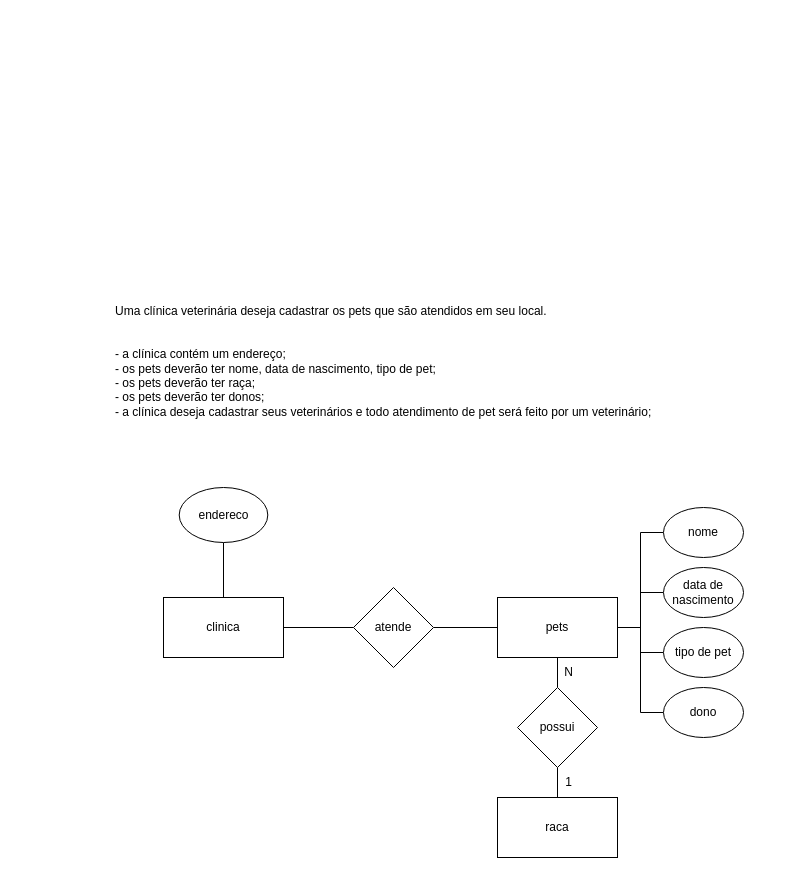
Before: exercicio_1_3/clinica.drawio in Marqzzs/senai_sprint1_bd, a draw.io diagram. Source tidied: cells renumbered, new cells numbered last; positions are measured from the earlier drawing's top-left corner, leaving out a move shared by most shapes. Both pictures are drawn from the tidied source at 100%, with x=0, y=0 at pixel (113, 297).
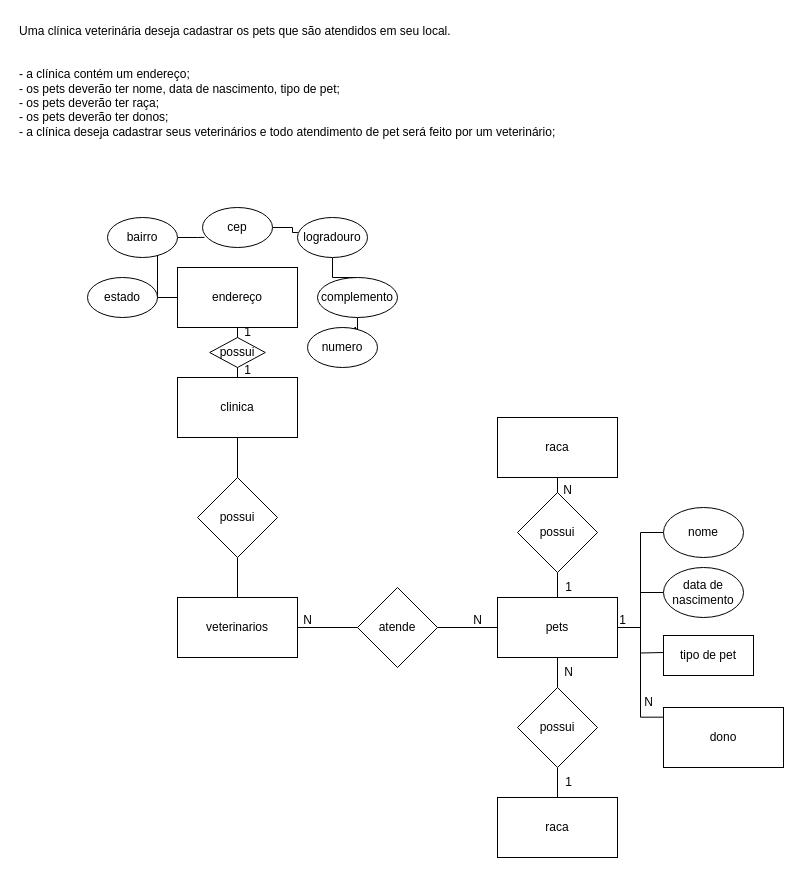
The same page after the edit.

Unchanged cells that the change refers to:
```xml
<mxCell id="11" value="pets" style="rounded=0;whiteSpace=wrap;html=1;" parent="1" vertex="1">
  <mxGeometry x="384" y="300" width="120" height="60" as="geometry" />
</mxCell>
```

Change to the diagram source:
```diff
@@
-    <mxCell id="2" style="edgeStyle=orthogonalEdgeStyle;rounded=0;jettySize=auto;html=1;entryX=1;entryY=0.5;entryDx=0;entryDy=0;endArrow=none;endFill=0;" parent="1" edge="1" source="4" target="12">
-      <mxGeometry relative="1" as="geometry" />
+    <mxCell id="2" style="edgeStyle=orthogonalEdgeStyle;rounded=0;jettySize=auto;html=1;entryX=1;entryY=0.5;entryDx=0;entryDy=0;endArrow=none;endFill=0;" parent="1" edge="1" source="4">
+      <mxGeometry relative="1" as="geometry">
+        <mxPoint x="124" y="26" as="targetPoint" />
+      </mxGeometry>
     </mxCell>
-    <mxCell id="3" style="edgeStyle=orthogonalEdgeStyle;rounded=0;jettySize=auto;html=1;endArrow=none;endFill=0;" parent="1" edge="1" source="4" target="6">
-      <mxGeometry relative="1" as="geometry" />
-    </mxCell>
+    <mxCell id="24" style="edgeStyle=orthogonalEdgeStyle;rounded=0;jettySize=auto;html=1;entryX=0.5;entryY=0;entryDx=0;entryDy=0;endArrow=none;endFill=0;" parent="1" edge="1" source="4" target="39">
+      <mxGeometry relative="1" as="geometry" />
+    </mxCell>
     <mxCell id="4" value="clinica" style="rounded=0;whiteSpace=wrap;html=1;" parent="1" vertex="1">
-      <mxGeometry x="50" y="300" width="120" height="60" as="geometry" />
+      <mxGeometry x="64" y="80" width="120" height="60" as="geometry" />
     </mxCell>
-    <mxCell id="5" style="edgeStyle=orthogonalEdgeStyle;rounded=0;jettySize=auto;html=1;entryX=0;entryY=0.5;entryDx=0;entryDy=0;endArrow=none;endFill=0;" parent="1" edge="1" source="6" target="11">
+    <mxCell id="5" style="edgeStyle=orthogonalEdgeStyle;rounded=0;jettySize=auto;html=1;endArrow=none;endFill=0;" parent="1" edge="1" source="6" target="11">
       <mxGeometry relative="1" as="geometry" />
     </mxCell>
     <mxCell id="6" value="atende" style="rhombus;whiteSpace=wrap;html=1;" parent="1" vertex="1">
-      <mxGeometry x="240" y="290" width="80" height="80" as="geometry" />
+      <mxGeometry x="244" y="290" width="80" height="80" as="geometry" />
     </mxCell>
@@
-    <mxCell id="9" style="edgeStyle=orthogonalEdgeStyle;rounded=0;jettySize=auto;html=1;entryX=0;entryY=0.5;entryDx=0;entryDy=0;endArrow=none;endFill=0;" parent="1" edge="1" source="11" target="15">
-      <mxGeometry relative="1" as="geometry" />
+    <mxCell id="9" style="edgeStyle=orthogonalEdgeStyle;rounded=0;jettySize=auto;html=1;entryX=0;entryY=0.5;entryDx=0;entryDy=0;endArrow=none;endFill=0;" parent="1" edge="1" source="11">
+      <mxGeometry relative="1" as="geometry">
+        <mxPoint x="550" y="355" as="targetPoint" />
+      </mxGeometry>
     </mxCell>
-    <mxCell id="10" style="edgeStyle=orthogonalEdgeStyle;rounded=0;jettySize=auto;html=1;entryX=0;entryY=0.5;entryDx=0;entryDy=0;endArrow=none;endFill=0;" parent="1" edge="1" source="11" target="14">
+    <mxCell id="10" style="edgeStyle=orthogonalEdgeStyle;rounded=0;jettySize=auto;html=1;entryX=0.005;entryY=0.161;entryDx=0;entryDy=0;endArrow=none;endFill=0;entryPerimeter=0;" parent="1" edge="1" source="11" target="14">
       <mxGeometry relative="1" as="geometry" />
     </mxCell>
@@
-    <mxCell id="12" value="endereco" style="ellipse;whiteSpace=wrap;html=1;direction=south;" parent="1" vertex="1">
-      <mxGeometry x="65.7" y="190" width="88.6" height="55" as="geometry" />
-    </mxCell>
@@
-    <mxCell id="14" value="dono" style="ellipse;whiteSpace=wrap;html=1;" parent="1" vertex="1">
-      <mxGeometry x="550" y="390" width="80" height="50" as="geometry" />
-    </mxCell>
-    <mxCell id="15" value="tipo de pet" style="ellipse;whiteSpace=wrap;html=1;" parent="1" vertex="1">
-      <mxGeometry x="550" y="330" width="80" height="50" as="geometry" />
-    </mxCell>
@@
     <mxCell id="23" value="Uma clínica veterinária deseja cadastrar os pets que são atendidos em seu local.&#10;&#10;&#10;- a clínica contém um endereço;&#10;- os pets deverão ter nome, data de nascimento, tipo de pet;&#10;- os pets deverão ter raça;&#10;- os pets deverão ter donos;&#10;- a clínica deseja cadastrar seus veterinários e todo atendimento de pet será feito por um veterinário;" style="text;whiteSpace=wrap;" parent="1" vertex="1">
-      <mxGeometry width="560" height="150" as="geometry" />
+      <mxGeometry x="-96" y="-280" width="560" height="150" as="geometry" />
     </mxCell>
+    <mxCell id="25" style="edgeStyle=orthogonalEdgeStyle;rounded=0;jettySize=auto;html=1;entryX=1;entryY=0.5;entryDx=0;entryDy=0;endArrow=none;endFill=0;" parent="1" edge="1" source="27" target="35">
+      <mxGeometry relative="1" as="geometry" />
+    </mxCell>
+    <mxCell id="26" style="edgeStyle=orthogonalEdgeStyle;rounded=0;jettySize=auto;html=1;endArrow=none;endFill=0;" parent="1" edge="1" source="27">
+      <mxGeometry relative="1" as="geometry">
+        <mxPoint x="44" y="-40" as="targetPoint" />
+      </mxGeometry>
+    </mxCell>
+    <mxCell id="27" value="endereço" style="rounded=0;whiteSpace=wrap;html=1;" parent="1" vertex="1">
+      <mxGeometry x="64" y="-30" width="120" height="60" as="geometry" />
+    </mxCell>
+    <mxCell id="28" style="edgeStyle=orthogonalEdgeStyle;rounded=0;jettySize=auto;html=1;entryX=0.006;entryY=0.376;entryDx=0;entryDy=0;entryPerimeter=0;endArrow=none;endFill=0;" parent="1" edge="1" source="29" target="31">
+      <mxGeometry relative="1" as="geometry" />
+    </mxCell>
+    <mxCell id="29" value="cep" style="ellipse;whiteSpace=wrap;html=1;" parent="1" vertex="1">
+      <mxGeometry x="89" y="-90" width="70" height="40" as="geometry" />
+    </mxCell>
+    <mxCell id="30" style="edgeStyle=orthogonalEdgeStyle;rounded=0;jettySize=auto;html=1;endArrow=none;endFill=0;" parent="1" edge="1" source="31" target="33">
+      <mxGeometry relative="1" as="geometry" />
+    </mxCell>
+    <mxCell id="31" value="logradouro" style="ellipse;whiteSpace=wrap;html=1;" parent="1" vertex="1">
+      <mxGeometry x="184" y="-80" width="70" height="40" as="geometry" />
+    </mxCell>
+    <mxCell id="32" style="edgeStyle=orthogonalEdgeStyle;rounded=0;jettySize=auto;html=1;entryX=0.682;entryY=-0.039;entryDx=0;entryDy=0;entryPerimeter=0;" parent="1" edge="1" source="33" target="34">
+      <mxGeometry relative="1" as="geometry" />
+    </mxCell>
+    <mxCell id="33" value="complemento" style="ellipse;whiteSpace=wrap;html=1;" parent="1" vertex="1">
+      <mxGeometry x="204" y="-20" width="80" height="40" as="geometry" />
+    </mxCell>
+    <mxCell id="34" value="numero" style="ellipse;whiteSpace=wrap;html=1;" parent="1" vertex="1">
+      <mxGeometry x="194" y="30" width="70" height="40" as="geometry" />
+    </mxCell>
+    <mxCell id="35" value="estado" style="ellipse;whiteSpace=wrap;html=1;" parent="1" vertex="1">
+      <mxGeometry x="-26" y="-20" width="70" height="40" as="geometry" />
+    </mxCell>
+    <mxCell id="36" style="edgeStyle=orthogonalEdgeStyle;rounded=0;jettySize=auto;html=1;entryX=0.029;entryY=0.747;entryDx=0;entryDy=0;entryPerimeter=0;endArrow=none;endFill=0;" parent="1" edge="1" source="37" target="29">
+      <mxGeometry relative="1" as="geometry" />
+    </mxCell>
+    <mxCell id="37" value="bairro" style="ellipse;whiteSpace=wrap;html=1;" parent="1" vertex="1">
+      <mxGeometry x="-6" y="-80" width="70" height="40" as="geometry" />
+    </mxCell>
+    <mxCell id="38" style="edgeStyle=orthogonalEdgeStyle;rounded=0;jettySize=auto;html=1;entryX=0.5;entryY=0;entryDx=0;entryDy=0;endArrow=none;endFill=0;" parent="1" edge="1" source="39" target="41">
+      <mxGeometry relative="1" as="geometry" />
+    </mxCell>
+    <mxCell id="39" value="possui" style="rhombus;whiteSpace=wrap;html=1;" parent="1" vertex="1">
+      <mxGeometry x="84" y="180" width="80" height="80" as="geometry" />
+    </mxCell>
+    <mxCell id="40" style="edgeStyle=orthogonalEdgeStyle;rounded=0;jettySize=auto;html=1;entryX=0;entryY=0.5;entryDx=0;entryDy=0;endArrow=none;endFill=0;" parent="1" edge="1" source="41" target="6">
+      <mxGeometry relative="1" as="geometry" />
+    </mxCell>
+    <mxCell id="41" value="veterinarios" style="rounded=0;whiteSpace=wrap;html=1;" parent="1" vertex="1">
+      <mxGeometry x="64" y="300" width="120" height="60" as="geometry" />
+    </mxCell>
+    <mxCell id="42" value="possui" style="rhombus;whiteSpace=wrap;html=1;" parent="1" vertex="1">
+      <mxGeometry x="96.2" y="40" width="55.6" height="30" as="geometry" />
+    </mxCell>
+    <mxCell id="43" value="1" style="text;html=1;align=center;verticalAlign=middle;strokeColor=none;fillColor=none;" parent="1" vertex="1">
+      <mxGeometry x="119" y="58" width="30" height="30" as="geometry" />
+    </mxCell>
+    <mxCell id="44" value="1" style="text;html=1;align=center;verticalAlign=middle;strokeColor=none;fillColor=none;" parent="1" vertex="1">
+      <mxGeometry x="119" y="20" width="30" height="30" as="geometry" />
+    </mxCell>
+    <mxCell id="45" value="N" style="text;html=1;align=center;verticalAlign=middle;strokeColor=none;fillColor=none;" parent="1" vertex="1">
+      <mxGeometry x="179" y="308" width="30" height="30" as="geometry" />
+    </mxCell>
+    <mxCell id="46" value="N" style="text;html=1;align=center;verticalAlign=middle;strokeColor=none;fillColor=none;" parent="1" vertex="1">
+      <mxGeometry x="349" y="308" width="30" height="30" as="geometry" />
+    </mxCell>
+    <mxCell id="47" style="edgeStyle=orthogonalEdgeStyle;rounded=0;jettySize=auto;html=1;endArrow=none;endFill=0;" parent="1" edge="1" source="48">
+      <mxGeometry relative="1" as="geometry">
+        <mxPoint x="444" y="190" as="targetPoint" />
+      </mxGeometry>
+    </mxCell>
+    <mxCell id="48" value="raca" style="rounded=0;whiteSpace=wrap;html=1;" parent="1" vertex="1">
+      <mxGeometry x="384" y="120" width="120" height="60" as="geometry" />
+    </mxCell>
+    <mxCell id="49" style="edgeStyle=orthogonalEdgeStyle;rounded=0;jettySize=auto;html=1;entryX=0.5;entryY=0;entryDx=0;entryDy=0;endArrow=none;endFill=0;" parent="1" edge="1" source="50" target="11">
+      <mxGeometry relative="1" as="geometry" />
+    </mxCell>
+    <mxCell id="50" value="possui" style="rhombus;whiteSpace=wrap;html=1;" parent="1" vertex="1">
+      <mxGeometry x="404" y="195" width="80" height="80" as="geometry" />
+    </mxCell>
+    <mxCell id="51" value="N" style="text;html=1;align=center;verticalAlign=middle;strokeColor=none;fillColor=none;" parent="1" vertex="1">
+      <mxGeometry x="439" y="178" width="30" height="30" as="geometry" />
+    </mxCell>
+    <mxCell id="52" value="1" style="text;html=1;align=center;verticalAlign=middle;strokeColor=none;fillColor=none;" parent="1" vertex="1">
+      <mxGeometry x="440" y="275" width="30" height="30" as="geometry" />
+    </mxCell>
+    <mxCell id="14" value="dono" style="rounded=0;whiteSpace=wrap;html=1;" parent="1" vertex="1">
+      <mxGeometry x="550" y="410" width="120" height="60" as="geometry" />
+    </mxCell>
+    <mxCell id="53" value="1" style="text;html=1;align=center;verticalAlign=middle;strokeColor=none;fillColor=none;" parent="1" vertex="1">
+      <mxGeometry x="494" y="308" width="30" height="30" as="geometry" />
+    </mxCell>
+    <mxCell id="54" value="N" style="text;html=1;align=center;verticalAlign=middle;strokeColor=none;fillColor=none;" parent="1" vertex="1">
+      <mxGeometry x="520" y="390" width="30" height="30" as="geometry" />
+    </mxCell>
+    <mxCell id="15" value="tipo de pet" style="rounded=0;whiteSpace=wrap;html=1;" parent="1" vertex="1">
+      <mxGeometry x="550" y="338" width="90" height="40" as="geometry" />
+    </mxCell>
```
